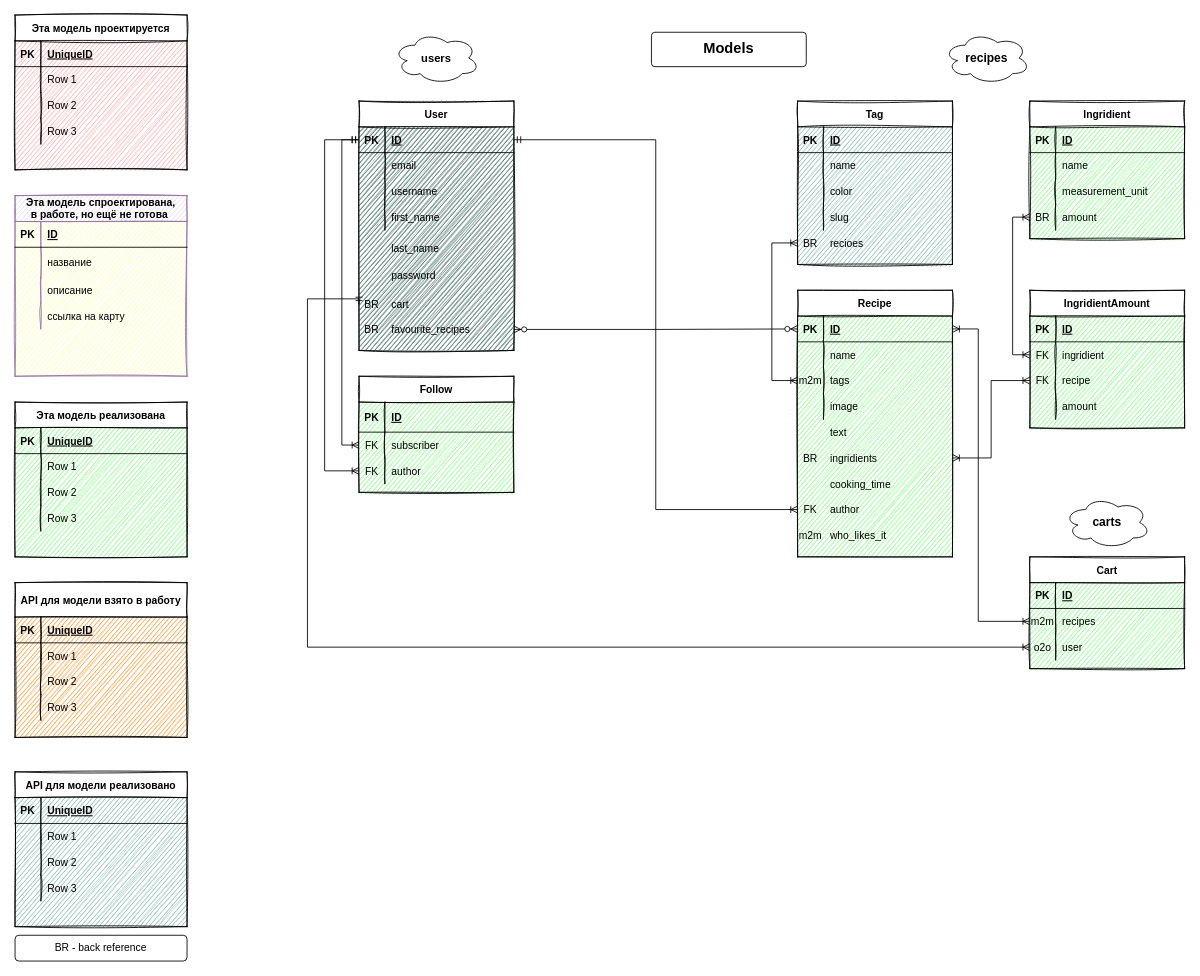
The draw.io diagram backend/db_schema.drawio in evi1ghost/foodgram-project-react, before the edit. Source tidied: cells renumbered, new cells numbered last; positions are measured from the earlier drawing's top-left corner, leaving out a move shared by most shapes. Both pictures are drawn from the tidied source at 86%, with x=0, y=0 at pixel (15, 15).
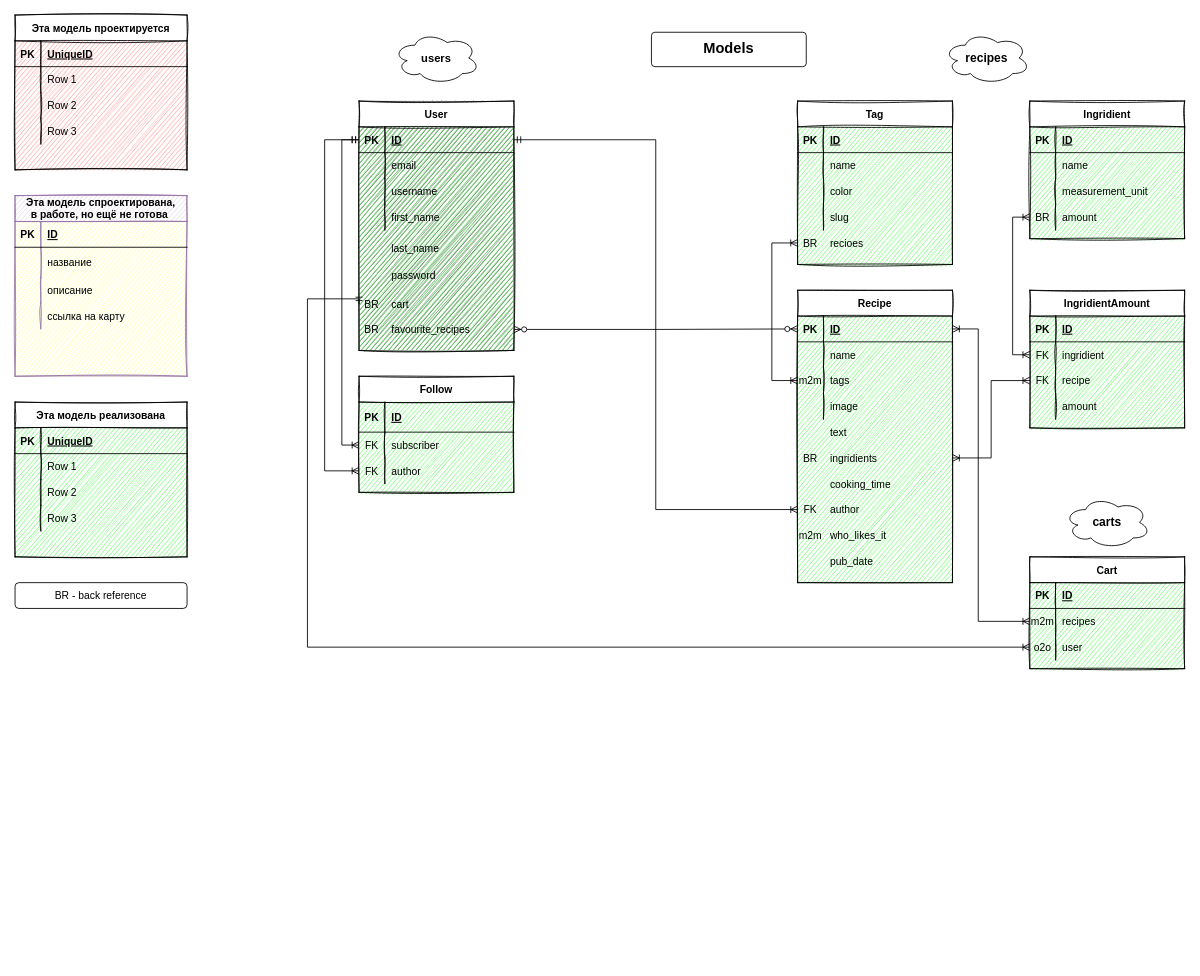
After the change.

The change refers to these unchanged cells:
```xml
<mxCell id="28" style="group;rounded=0;fontStyle=1;verticalAlign=middle;strokeColor=#f0f0f0;fillColor=#2a2a2a;swimlaneFillColor=#67AB9F;startSize=30;sketch=1;" parent="1" vertex="1">
  <mxGeometry x="400" y="100" width="180" height="290" as="geometry" />
</mxCell>
```

Diff of the diagram source:
```diff
@@
-    <mxCell id="2" value="Tag" style="shape=table;startSize=30;childLayout=tableLayout;rowLines=0;fontStyle=1;align=center;rounded=0;swimlaneFillColor=#67AB9F;sketch=1;" parent="1" vertex="1">
+    <mxCell id="2" value="Tag" style="shape=table;startSize=30;childLayout=tableLayout;rowLines=0;fontStyle=1;align=center;rounded=0;swimlaneFillColor=#66FF66;sketch=1;" parent="1" vertex="1">
       <mxGeometry x="910" y="100" width="180" height="190" as="geometry" />
     </mxCell>
@@
-    <mxCell id="29" value="User" style="shape=table;startSize=30;childLayout=tableLayout;rowLines=0;fontStyle=1;align=center;rounded=0;swimlaneFillColor=#67AB9F;sketch=1;" parent="28" vertex="1">
+    <mxCell id="29" value="User" style="shape=table;startSize=30;childLayout=tableLayout;rowLines=0;fontStyle=1;align=center;rounded=0;swimlaneFillColor=#66FF66;sketch=1;" parent="28" vertex="1">
       <mxGeometry width="180" height="290" as="geometry" />
     </mxCell>
@@
     <mxCell id="74" value="Recipe" style="shape=table;startSize=30;childLayout=tableLayout;rowLines=0;fontStyle=1;align=center;rounded=0;swimlaneFillColor=#66FF66;sketch=1;" parent="1" vertex="1">
-      <mxGeometry x="910" y="320" width="180" height="310" as="geometry" />
+      <mxGeometry x="910" y="320" width="180" height="340" as="geometry" />
     </mxCell>
@@
-    <mxCell id="143" value="API для модели взято в работу" style="shape=table;startSize=40;childLayout=tableLayout;rowLines=0;fontStyle=1;align=center;rounded=0;swimlaneFillColor=#FF8000;sketch=1;" parent="1" vertex="1">
-      <mxGeometry y="660" width="200" height="180" as="geometry" />
-    </mxCell>
-    <mxCell id="144" style="shape=partialRectangle;fillColor=none;top=0;left=0;bottom=1;right=0;" parent="143" vertex="1">
-      <mxGeometry y="40" width="200" height="30" as="geometry" />
-    </mxCell>
-    <mxCell id="145" value="PK" style="shape=partialRectangle;fillColor=none;top=0;left=0;bottom=0;right=0;fontStyle=1;overflow=hidden;" parent="144" vertex="1">
-      <mxGeometry width="30" height="30" as="geometry" />
-    </mxCell>
-    <mxCell id="146" value="UniqueID" style="shape=partialRectangle;fillColor=none;top=0;left=0;bottom=0;right=0;align=left;spacingLeft=6;fontStyle=5;overflow=hidden;" parent="144" vertex="1">
-      <mxGeometry x="30" width="170" height="30" as="geometry" />
-    </mxCell>
-    <mxCell id="147" style="shape=partialRectangle;fillColor=none;top=0;left=0;bottom=0;right=0;" parent="143" vertex="1">
-      <mxGeometry y="70" width="200" height="30" as="geometry" />
-    </mxCell>
-    <mxCell id="148" style="shape=partialRectangle;fillColor=none;top=0;left=0;bottom=0;right=0;overflow=hidden;" parent="147" vertex="1">
-      <mxGeometry width="30" height="30" as="geometry" />
-    </mxCell>
-    <mxCell id="149" value="Row 1" style="shape=partialRectangle;fillColor=none;top=0;left=0;bottom=0;right=0;align=left;spacingLeft=6;overflow=hidden;" parent="147" vertex="1">
-      <mxGeometry x="30" width="170" height="30" as="geometry" />
-    </mxCell>
-    <mxCell id="150" style="shape=partialRectangle;fillColor=none;top=0;left=0;bottom=0;right=0;" parent="143" vertex="1">
-      <mxGeometry y="100" width="200" height="30" as="geometry" />
-    </mxCell>
-    <mxCell id="151" style="shape=partialRectangle;fillColor=none;top=0;left=0;bottom=0;right=0;overflow=hidden;" parent="150" vertex="1">
-      <mxGeometry width="30" height="30" as="geometry" />
-    </mxCell>
-    <mxCell id="152" value="Row 2" style="shape=partialRectangle;fillColor=none;top=0;left=0;bottom=0;right=0;align=left;spacingLeft=6;overflow=hidden;" parent="150" vertex="1">
-      <mxGeometry x="30" width="170" height="30" as="geometry" />
-    </mxCell>
-    <mxCell id="153" style="shape=partialRectangle;fillColor=none;top=0;left=0;bottom=0;right=0;" parent="143" vertex="1">
-      <mxGeometry y="130" width="200" height="30" as="geometry" />
-    </mxCell>
-    <mxCell id="154" style="shape=partialRectangle;fillColor=none;top=0;left=0;bottom=0;right=0;overflow=hidden;" parent="153" vertex="1">
-      <mxGeometry width="30" height="30" as="geometry" />
-    </mxCell>
-    <mxCell id="155" value="Row 3" style="shape=partialRectangle;fillColor=none;top=0;left=0;bottom=0;right=0;align=left;spacingLeft=6;overflow=hidden;" parent="153" vertex="1">
-      <mxGeometry x="30" width="170" height="30" as="geometry" />
-    </mxCell>
-    <mxCell id="156" value="API для модели реализовано" style="shape=table;startSize=30;childLayout=tableLayout;rowLines=0;fontStyle=1;align=center;rounded=0;swimlaneFillColor=#67AB9F;sketch=1;" parent="1" vertex="1">
-      <mxGeometry y="880" width="200" height="180" as="geometry" />
-    </mxCell>
-    <mxCell id="157" style="shape=partialRectangle;fillColor=none;top=0;left=0;bottom=1;right=0;" parent="156" vertex="1">
-      <mxGeometry y="30" width="200" height="30" as="geometry" />
-    </mxCell>
-    <mxCell id="158" value="PK" style="shape=partialRectangle;fillColor=none;top=0;left=0;bottom=0;right=0;fontStyle=1;overflow=hidden;" parent="157" vertex="1">
-      <mxGeometry width="30" height="30" as="geometry" />
-    </mxCell>
-    <mxCell id="159" value="UniqueID" style="shape=partialRectangle;fillColor=none;top=0;left=0;bottom=0;right=0;align=left;spacingLeft=6;fontStyle=5;overflow=hidden;" parent="157" vertex="1">
-      <mxGeometry x="30" width="170" height="30" as="geometry" />
-    </mxCell>
-    <mxCell id="160" style="shape=partialRectangle;fillColor=none;top=0;left=0;bottom=0;right=0;" parent="156" vertex="1">
-      <mxGeometry y="60" width="200" height="30" as="geometry" />
-    </mxCell>
-    <mxCell id="161" style="shape=partialRectangle;fillColor=none;top=0;left=0;bottom=0;right=0;overflow=hidden;" parent="160" vertex="1">
-      <mxGeometry width="30" height="30" as="geometry" />
-    </mxCell>
-    <mxCell id="162" value="Row 1" style="shape=partialRectangle;fillColor=none;top=0;left=0;bottom=0;right=0;align=left;spacingLeft=6;overflow=hidden;" parent="160" vertex="1">
-      <mxGeometry x="30" width="170" height="30" as="geometry" />
-    </mxCell>
-    <mxCell id="163" style="shape=partialRectangle;fillColor=none;top=0;left=0;bottom=0;right=0;" parent="156" vertex="1">
-      <mxGeometry y="90" width="200" height="30" as="geometry" />
-    </mxCell>
-    <mxCell id="164" style="shape=partialRectangle;fillColor=none;top=0;left=0;bottom=0;right=0;overflow=hidden;" parent="163" vertex="1">
-      <mxGeometry width="30" height="30" as="geometry" />
-    </mxCell>
-    <mxCell id="165" value="Row 2" style="shape=partialRectangle;fillColor=none;top=0;left=0;bottom=0;right=0;align=left;spacingLeft=6;overflow=hidden;" parent="163" vertex="1">
-      <mxGeometry x="30" width="170" height="30" as="geometry" />
-    </mxCell>
-    <mxCell id="166" style="shape=partialRectangle;fillColor=none;top=0;left=0;bottom=0;right=0;" parent="156" vertex="1">
-      <mxGeometry y="120" width="200" height="30" as="geometry" />
-    </mxCell>
-    <mxCell id="167" style="shape=partialRectangle;fillColor=none;top=0;left=0;bottom=0;right=0;overflow=hidden;" parent="166" vertex="1">
-      <mxGeometry width="30" height="30" as="geometry" />
-    </mxCell>
-    <mxCell id="168" value="Row 3" style="shape=partialRectangle;fillColor=none;top=0;left=0;bottom=0;right=0;align=left;spacingLeft=6;overflow=hidden;" parent="166" vertex="1">
-      <mxGeometry x="30" width="170" height="30" as="geometry" />
-    </mxCell>
@@
     <mxCell id="197" value="BR - back reference" style="rounded=1;whiteSpace=wrap;html=1;" parent="1" vertex="1">
-      <mxGeometry y="1070" width="200" height="30" as="geometry" />
+      <mxGeometry y="660" width="200" height="30" as="geometry" />
     </mxCell>
@@
+    <mxCell id="202" style="shape=partialRectangle;fillColor=none;top=0;left=0;bottom=0;right=0;" parent="1" vertex="1">
+      <mxGeometry x="910" y="620" width="180" height="30" as="geometry" />
+    </mxCell>
+    <mxCell id="203" style="shape=partialRectangle;fillColor=none;top=0;left=0;bottom=0;right=0;overflow=hidden;" parent="202" vertex="1">
+      <mxGeometry width="30" height="30" as="geometry" />
+    </mxCell>
+    <mxCell id="204" value="pub_date" style="shape=partialRectangle;fillColor=none;top=0;left=0;bottom=0;right=0;align=left;spacingLeft=6;overflow=hidden;" parent="202" vertex="1">
+      <mxGeometry x="30" width="150" height="30" as="geometry" />
+    </mxCell>
```
